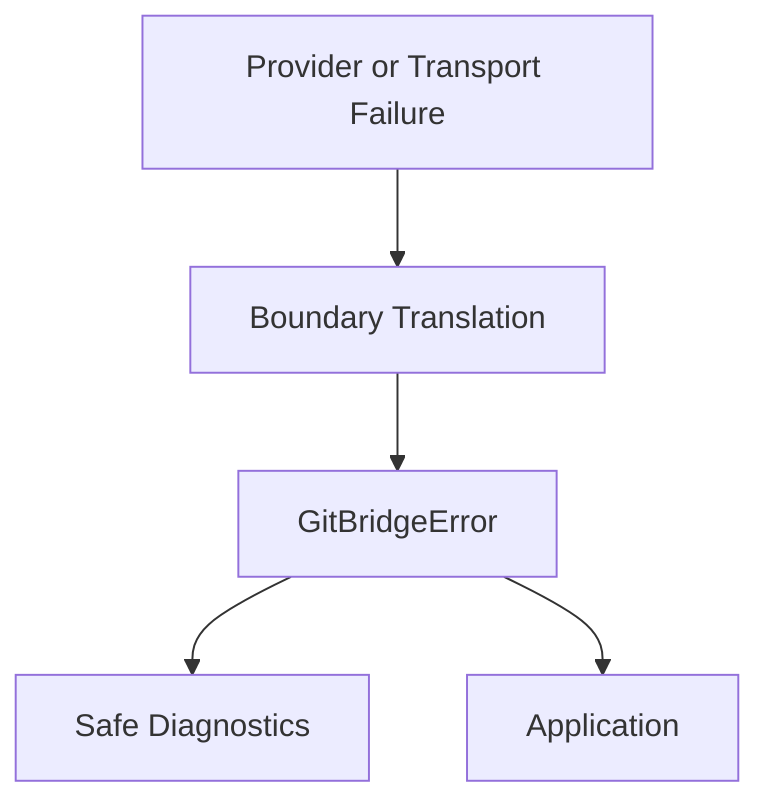
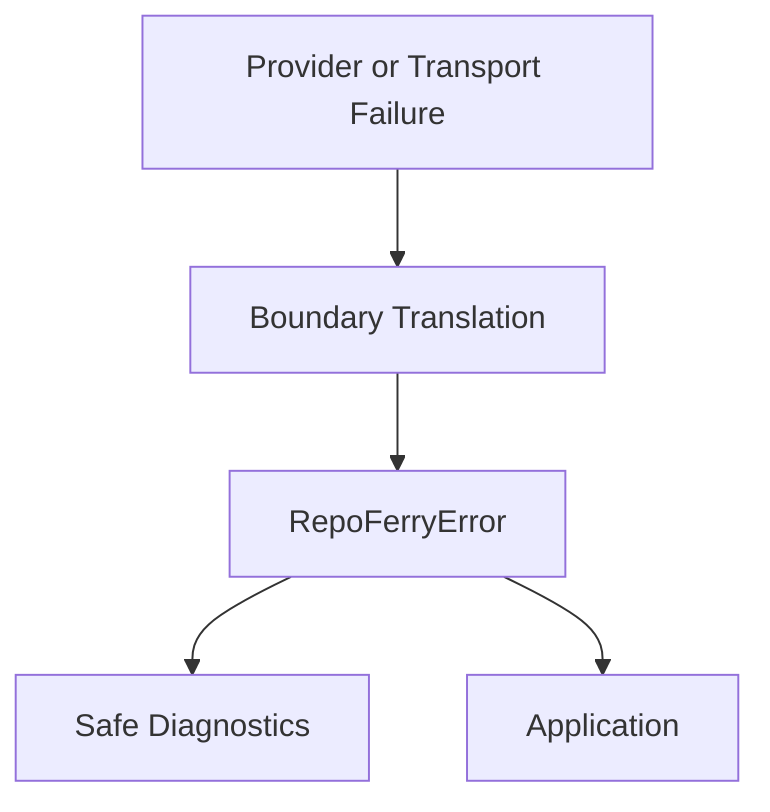
flowchart TD
  Failure["Provider or Transport Failure"]
  Boundary["Boundary Translation"]
-   Error["GitBridgeError"]
+   Error["RepoFerryError"]
  Diagnostics["Safe Diagnostics"]
  Caller["Application"]

  Failure --> Boundary
  Boundary --> Error
  Error --> Diagnostics
  Error --> Caller
